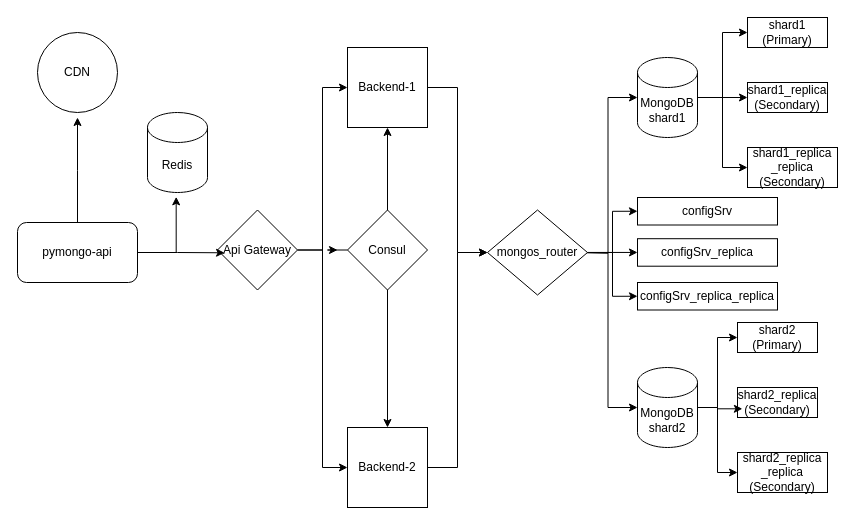
Apelsins/architecture-sprint-2 keeps this draw.io diagram as task6_shard_repl_cache_disk_cdn.drawio. Above is the earlier version. Source tidied: cells renumbered, new cells numbered last; positions are measured from the earlier drawing's top-left corner, leaving out a move shared by most shapes. Both pictures are drawn from the tidied source at 100%, with x=0, y=0 at pixel (17, 17).
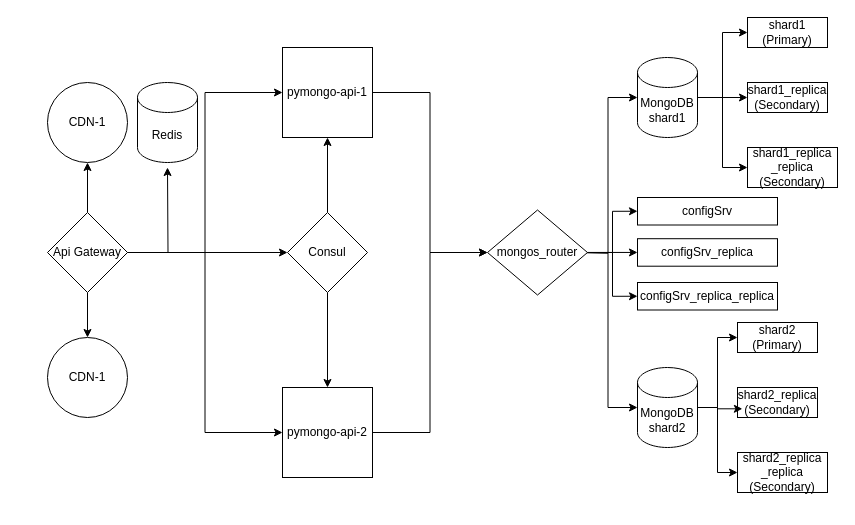
The same diagram, later.

Change to the diagram source:
```diff
@@
-    <mxCell id="6" style="edgeStyle=orthogonalEdgeStyle;rounded=0;jettySize=auto;html=1;" parent="1" edge="1" source="7">
-      <mxGeometry relative="1" as="geometry">
-        <mxPoint x="60" y="100" as="targetPoint" />
-      </mxGeometry>
-    </mxCell>
-    <mxCell id="7" value="pymongo-api" style="rounded=1;whiteSpace=wrap;html=1;" parent="1" vertex="1">
-      <mxGeometry y="205" width="120" height="60" as="geometry" />
-    </mxCell>
@@
-    <mxCell id="27" value="Redis" style="shape=cylinder3;whiteSpace=wrap;html=1;boundedLbl=1;backgroundOutline=1;size=15;" parent="1" vertex="1">
-      <mxGeometry x="130" y="95" width="60" height="80" as="geometry" />
-    </mxCell>
-    <mxCell id="28" style="edgeStyle=orthogonalEdgeStyle;rounded=0;jettySize=auto;html=1;entryX=0.478;entryY=1.054;entryDx=0;entryDy=0;entryPerimeter=0;" parent="1" edge="1" source="7" target="27">
-      <mxGeometry relative="1" as="geometry" />
-    </mxCell>
@@
+    <mxCell id="42" style="edgeStyle=orthogonalEdgeStyle;rounded=0;jettySize=auto;html=1;entryX=0;entryY=0.5;entryDx=0;entryDy=0;" parent="1" edge="1" source="31" target="35">
+      <mxGeometry relative="1" as="geometry" />
+    </mxCell>
+    <mxCell id="43" style="edgeStyle=orthogonalEdgeStyle;rounded=0;jettySize=auto;html=1;" parent="1" edge="1" source="31">
+      <mxGeometry relative="1" as="geometry">
+        <mxPoint x="150" y="150" as="targetPoint" />
+      </mxGeometry>
+    </mxCell>
+    <mxCell id="44" style="edgeStyle=orthogonalEdgeStyle;rounded=0;jettySize=auto;html=1;entryX=0.5;entryY=1;entryDx=0;entryDy=0;" parent="1" edge="1" source="31" target="41">
+      <mxGeometry relative="1" as="geometry" />
+    </mxCell>
+    <mxCell id="45" style="edgeStyle=orthogonalEdgeStyle;rounded=0;jettySize=auto;html=1;entryX=0.5;entryY=0;entryDx=0;entryDy=0;" parent="1" edge="1" source="31" target="46">
+      <mxGeometry relative="1" as="geometry" />
+    </mxCell>
     <mxCell id="31" value="Api Gateway" style="rhombus;whiteSpace=wrap;html=1;" parent="1" vertex="1">
-      <mxGeometry x="200" y="192.5" width="80" height="80" as="geometry" />
+      <mxGeometry x="30" y="195" width="80" height="80" as="geometry" />
     </mxCell>
@@
-    <mxCell id="33" style="edgeStyle=orthogonalEdgeStyle;rounded=0;jettySize=auto;html=1;" parent="1" edge="1" source="35">
-      <mxGeometry relative="1" as="geometry">
-        <mxPoint x="320" y="232.5" as="targetPoint" />
-      </mxGeometry>
-    </mxCell>
@@
     <mxCell id="35" value="Consul" style="rhombus;whiteSpace=wrap;html=1;" parent="1" vertex="1">
-      <mxGeometry x="330" y="192.5" width="80" height="80" as="geometry" />
+      <mxGeometry x="270" y="195" width="80" height="80" as="geometry" />
     </mxCell>
-    <mxCell id="36" style="edgeStyle=orthogonalEdgeStyle;rounded=0;jettySize=auto;html=1;entryX=0.088;entryY=0.535;entryDx=0;entryDy=0;entryPerimeter=0;" parent="1" edge="1" source="7" target="31">
-      <mxGeometry relative="1" as="geometry" />
-    </mxCell>
@@
-    <mxCell id="38" value="Backend-1" style="whiteSpace=wrap;html=1;" parent="1" vertex="1">
-      <mxGeometry x="330" y="30" width="80" height="80" as="geometry" />
+    <mxCell id="38" value="pymongo-api-1" style="whiteSpace=wrap;html=1;" parent="1" vertex="1">
+      <mxGeometry x="265" y="30" width="90" height="90" as="geometry" />
     </mxCell>
@@
-    <mxCell id="40" value="Backend-2" style="whiteSpace=wrap;html=1;" parent="1" vertex="1">
-      <mxGeometry x="330" y="410" width="80" height="80" as="geometry" />
+    <mxCell id="40" value="pymongo-api-2" style="whiteSpace=wrap;html=1;" parent="1" vertex="1">
+      <mxGeometry x="265" y="370" width="90" height="90" as="geometry" />
     </mxCell>
+    <mxCell id="27" value="Redis" style="shape=cylinder3;whiteSpace=wrap;html=1;boundedLbl=1;backgroundOutline=1;size=15;" parent="1" vertex="1">
+      <mxGeometry x="120" y="65" width="60" height="80" as="geometry" />
+    </mxCell>
-    <mxCell id="41" value="CDN" style="ellipse;whiteSpace=wrap;html=1;" parent="1" vertex="1">
-      <mxGeometry x="20" y="15" width="80" height="80" as="geometry" />
+    <mxCell id="41" value="CDN-1" style="ellipse;whiteSpace=wrap;html=1;" parent="1" vertex="1">
+      <mxGeometry x="30" y="65" width="80" height="80" as="geometry" />
     </mxCell>
+    <mxCell id="46" value="CDN-1" style="ellipse;whiteSpace=wrap;html=1;" parent="1" vertex="1">
+      <mxGeometry x="30" y="320" width="80" height="80" as="geometry" />
+    </mxCell>
```
